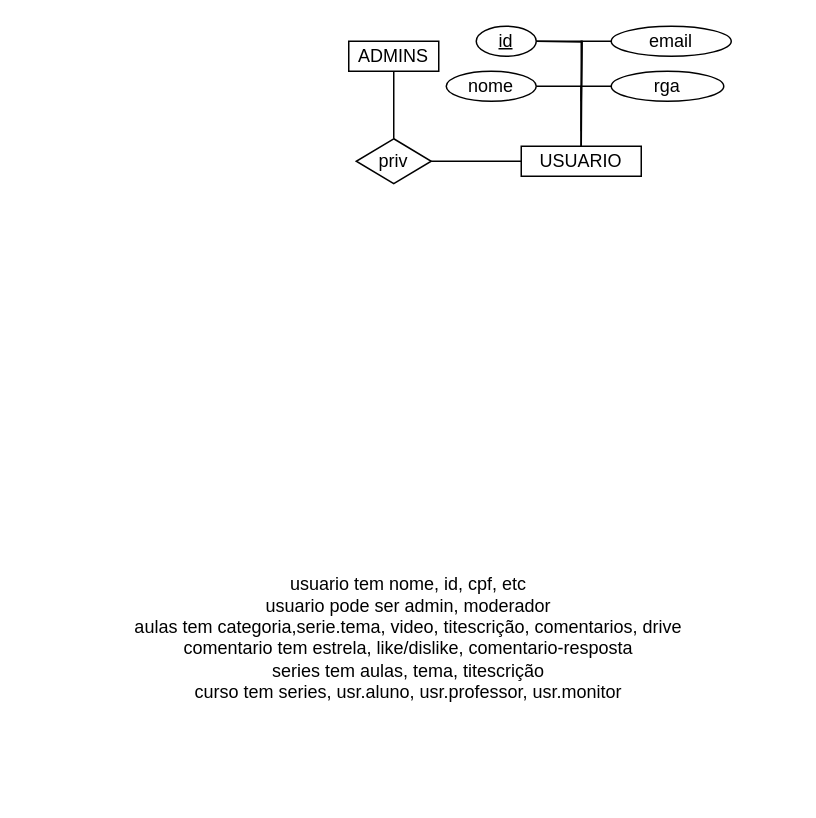
douglas-terra/r1 keeps this draw.io diagram as Untitled Diagram.drawio. Above is the earlier version. Source tidied: cells renumbered, new cells numbered last; positions are measured from the earlier drawing's top-left corner, leaving out a move shared by most shapes. Both pictures are drawn from the tidied source at 150%, with x=0, y=0 at pixel (26, 26).
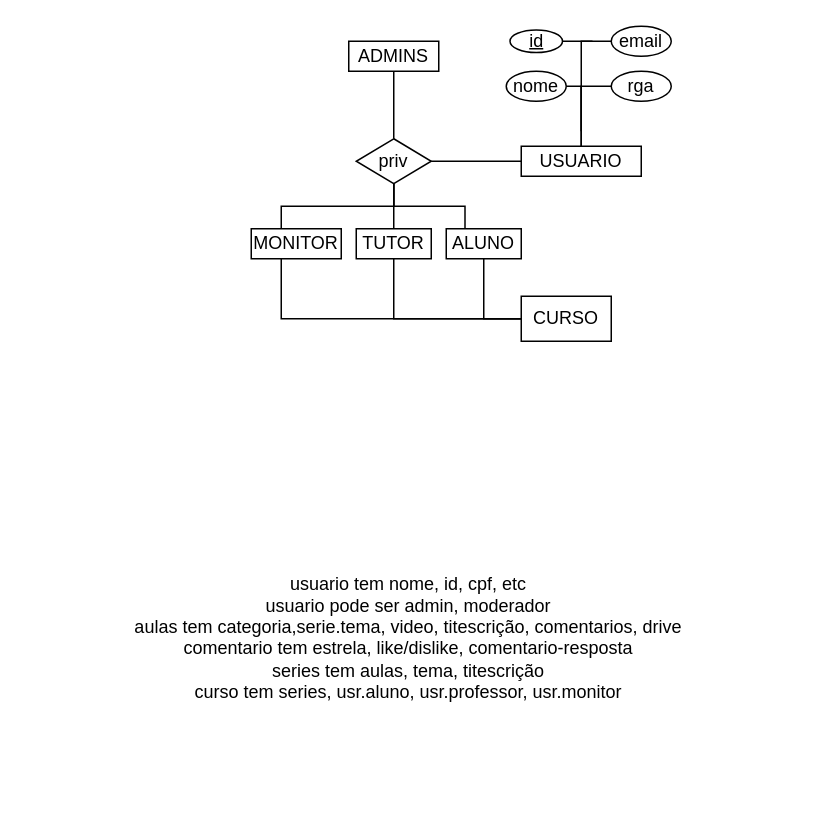
Above is the later version.

Commit message:
adicionado: usuario privilegios

The change refers to these unchanged cells:
```xml
<mxCell id="16" value="priv" style="rhombus;whiteSpace=wrap;html=1;" parent="1" vertex="1">
  <mxGeometry x="220" y="75" width="50" height="30" as="geometry" />
</mxCell>
```

What changed in the source:
```diff
@@
     <mxCell id="6" value="nome" style="ellipse;whiteSpace=wrap;html=1;" parent="1" vertex="1">
-      <mxGeometry x="280" y="30" width="60" height="20" as="geometry" />
+      <mxGeometry x="320" y="30" width="40" height="20" as="geometry" />
     </mxCell>
-    <mxCell id="7" style="edgeStyle=orthogonalEdgeStyle;rounded=0;orthogonalLoop=1;jettySize=auto;html=1;endArrow=none;endFill=0;" parent="1" edge="1">
-      <mxGeometry relative="1" as="geometry">
-        <mxPoint x="340" y="10" as="sourcePoint" />
-        <mxPoint x="370" y="50" as="targetPoint" />
-      </mxGeometry>
-    </mxCell>
@@
     <mxCell id="9" value="email" style="ellipse;whiteSpace=wrap;html=1;" parent="1" vertex="1">
-      <mxGeometry x="390" width="80" height="20" as="geometry" />
+      <mxGeometry x="390" width="40" height="20" as="geometry" />
     </mxCell>
@@
     <mxCell id="11" value="rga" style="ellipse;whiteSpace=wrap;html=1;" parent="1" vertex="1">
-      <mxGeometry x="390" y="30" width="75" height="20" as="geometry" />
+      <mxGeometry x="390" y="30" width="40" height="20" as="geometry" />
     </mxCell>
-    <mxCell id="12" style="edgeStyle=orthogonalEdgeStyle;rounded=0;jettySize=auto;html=1;endArrow=none;endFill=0;" parent="1" edge="1" source="13">
-      <mxGeometry relative="1" as="geometry">
-        <mxPoint x="370" y="80" as="targetPoint" />
-      </mxGeometry>
-    </mxCell>
-    <mxCell id="13" value="id" style="ellipse;whiteSpace=wrap;html=1;fontStyle=4;" parent="1" vertex="1">
-      <mxGeometry x="300" width="40" height="20" as="geometry" />
-    </mxCell>
@@
+    <mxCell id="17" style="edgeStyle=orthogonalEdgeStyle;rounded=0;jettySize=auto;html=1;endArrow=none;endFill=0;" parent="1" edge="1" source="16" target="25">
+      <mxGeometry relative="1" as="geometry" />
+    </mxCell>
+    <mxCell id="18" style="edgeStyle=orthogonalEdgeStyle;rounded=0;jettySize=auto;html=1;entryX=0.25;entryY=0;entryDx=0;entryDy=0;endArrow=none;endFill=0;" parent="1" edge="1" source="16" target="23">
+      <mxGeometry relative="1" as="geometry">
+        <Array as="points">
+          <mxPoint x="245" y="120" />
+          <mxPoint x="293" y="120" />
+        </Array>
+      </mxGeometry>
+    </mxCell>
+    <mxCell id="19" style="edgeStyle=orthogonalEdgeStyle;rounded=0;jettySize=auto;html=1;endArrow=none;endFill=0;" parent="1" edge="1" source="16" target="27">
+      <mxGeometry relative="1" as="geometry">
+        <Array as="points">
+          <mxPoint x="245" y="120" />
+          <mxPoint x="170" y="120" />
+        </Array>
+      </mxGeometry>
+    </mxCell>
@@
+    <mxCell id="20" style="edgeStyle=orthogonalEdgeStyle;rounded=0;jettySize=auto;html=1;endArrow=none;endFill=0;" parent="1" edge="1" source="13">
+      <mxGeometry relative="1" as="geometry">
+        <mxPoint x="370" y="10" as="targetPoint" />
+      </mxGeometry>
+    </mxCell>
+    <mxCell id="13" value="id" style="ellipse;whiteSpace=wrap;html=1;fontStyle=4;" parent="1" vertex="1">
+      <mxGeometry x="322.5" y="2.5" width="35" height="15" as="geometry" />
+    </mxCell>
+    <mxCell id="21" value="CURSO" style="rounded=0;whiteSpace=wrap;html=1;" parent="1" vertex="1">
+      <mxGeometry x="330" y="180" width="60" height="30" as="geometry" />
+    </mxCell>
+    <mxCell id="22" style="edgeStyle=orthogonalEdgeStyle;rounded=0;jettySize=auto;html=1;entryX=0;entryY=0.5;entryDx=0;entryDy=0;endArrow=none;endFill=0;" parent="1" edge="1" source="23" target="21">
+      <mxGeometry relative="1" as="geometry" />
+    </mxCell>
+    <mxCell id="23" value="ALUNO" style="rounded=0;whiteSpace=wrap;html=1;" parent="1" vertex="1">
+      <mxGeometry x="280" y="135" width="50" height="20" as="geometry" />
+    </mxCell>
+    <mxCell id="24" style="edgeStyle=orthogonalEdgeStyle;rounded=0;jettySize=auto;html=1;entryX=0;entryY=0.5;entryDx=0;entryDy=0;endArrow=none;endFill=0;" parent="1" edge="1" source="25" target="21">
+      <mxGeometry relative="1" as="geometry">
+        <Array as="points">
+          <mxPoint x="245" y="195" />
+        </Array>
+      </mxGeometry>
+    </mxCell>
+    <mxCell id="25" value="TUTOR" style="rounded=0;whiteSpace=wrap;html=1;" parent="1" vertex="1">
+      <mxGeometry x="220" y="135" width="50" height="20" as="geometry" />
+    </mxCell>
+    <mxCell id="26" style="edgeStyle=orthogonalEdgeStyle;rounded=0;jettySize=auto;html=1;entryX=0;entryY=0.5;entryDx=0;entryDy=0;endArrow=none;endFill=0;" parent="1" edge="1" source="27" target="21">
+      <mxGeometry relative="1" as="geometry">
+        <Array as="points">
+          <mxPoint x="170" y="195" />
+        </Array>
+      </mxGeometry>
+    </mxCell>
+    <mxCell id="27" value="MONITOR" style="rounded=0;whiteSpace=wrap;html=1;" parent="1" vertex="1">
+      <mxGeometry x="150" y="135" width="60" height="20" as="geometry" />
+    </mxCell>
```
